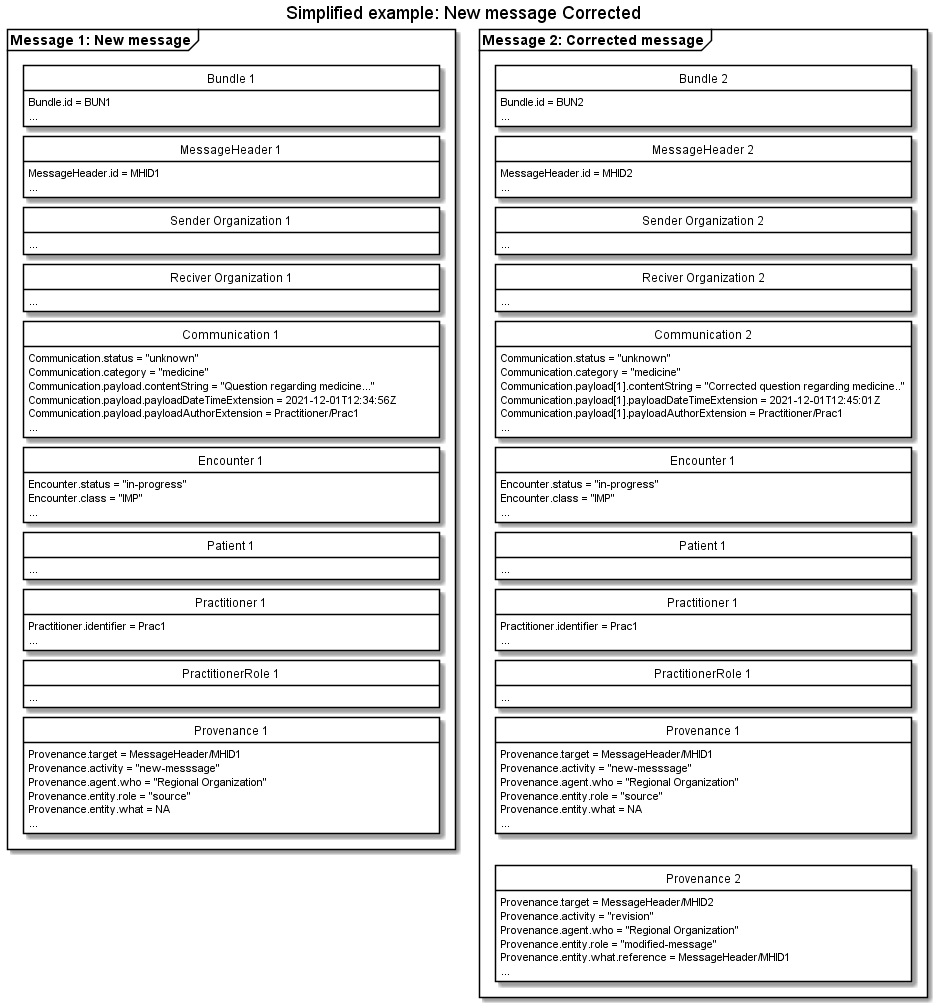
The PlantUML diagram input/images/carecommunication/CCCorrectMessage.png in medcomdk/dk-medcom-carecommunication, before a commit. Source of this version:
```plantuml
@startuml CCCorrectMessage
skinparam class {
    BackgroundColor White
    BorderColor Black
    ArrowColor Black
  }
hide circle
hide empty members
skinparam SameClassWidth true
skinparam Ranksep 10


title Simplified example: New message Corrected

package "Message 1: New message" as new <<Frame>>{
    class "Bundle 1" as newB {
        Bundle.id = BUN1
        ...
    }
    class "MessageHeader 1" as newMH{
        MessageHeader.id = MHID1
        ...
    }
    class "Sender Organization 1" as newSOrg{
        ...
    }
    class "Reciver Organization 1" as newROrg{
        ...
    }
    class "Communication 1" as newCom{
        Communication.status = "unknown"
        Communication.category = "medicine"
        Communication.payload.contentString = "Question regarding medicine..."
        Communication.payload.payloadDateTimeExtension = 2021-12-01T12:34:56Z
        Communication.payload.payloadAuthorExtension = Practitioner/Prac1
        ...
    }
    class "Encounter 1" as newENC{
        Encounter.status = "in-progress"
        Encounter.class = "IMP"
        ...
    }
    class "Patient 1" as newPT{
        ...
    }
    class "Practitioner 1" as newPrac{
        Practitioner.identifier = Prac1
        ...
    }
    class "PractitionerRole 1" as newPracR{
        ...
    }
    class "Provenance 1" as newPRO{
        Provenance.target = MessageHeader/MHID1
        Provenance.activity = "new-messsage"
        Provenance.agent.who = "Regional Organization"
        Provenance.entity.role = "source"
        Provenance.entity.what = NA
        ...
    }

newB -[hidden]- newMH
newMH -[hidden]- newSOrg
newSOrg-[hidden]-newROrg
newROrg-[hidden]-newCom
newCom -[hidden]- newENC
newENC-[hidden]-newPT
newPT-[hidden]-newPrac
newPrac-[hidden]-newPracR
newPracR-[hidden]-newPRO



}

package "Message 2: Corrected message" as error <<Frame>>{
    class "Bundle 2" as errorB {
        Bundle.id = BUN2
        ...
    }
    class "MessageHeader 2" as errorMH{
        MessageHeader.id = MHID2
        ...
    }
    class "Sender Organization 2" as errorSOrg{
        ...
    }
    class "Reciver Organization 2" as errorROrg{
        ...
    }
    class "Communication 2" as newerrorCom{
        Communication.status = "unknown"
        Communication.category = "medicine"
        Communication.payload[1].contentString = "Corrected question regarding medicine.."
        Communication.payload[1].payloadDateTimeExtension = 2021-12-01T12:45:01Z
        Communication.payload[1].payloadAuthorExtension = Practitioner/Prac1
        ...
    }
    class "Encounter 1" as newerrorENC{
        Encounter.status = "in-progress"
        Encounter.class = "IMP"
        ...
    }
    class "Patient 1" as newerrorPT{
        ...
    }
    class "Practitioner 1" as newerrorPrac{
        Practitioner.identifier = Prac1
        ...
    }
    class "PractitionerRole 1" as newerrorPracR{
        ...
    }
    class "Provenance 1" as newerrorPRO{
        Provenance.target = MessageHeader/MHID1
        Provenance.activity = "new-messsage"
        Provenance.agent.who = "Regional Organization"
        Provenance.entity.role = "source"
        Provenance.entity.what = NA
        ...
    }
    class "Provenance 2" as errorPRO{
        Provenance.target = MessageHeader/MHID2
        Provenance.activity = "revision"
        Provenance.agent.who = "Regional Organization"
        Provenance.entity.role = "modified-message"
        Provenance.entity.what.reference = MessageHeader/MHID1
        ...
    }

errorB -[hidden]- errorMH
errorMH -[hidden]- errorSOrg
errorSOrg-[hidden]-errorROrg
errorROrg-[hidden]-newerrorCom
newerrorCom -[hidden]- newerrorENC
newerrorENC-[hidden]-newerrorPT
newerrorPT-[hidden]-newerrorPrac
newerrorPrac-[hidden]-newerrorPracR
newerrorPracR-[hidden]-newerrorPRO
newerrorPRO-[hidden]-errorPRO



}



@enduml
```
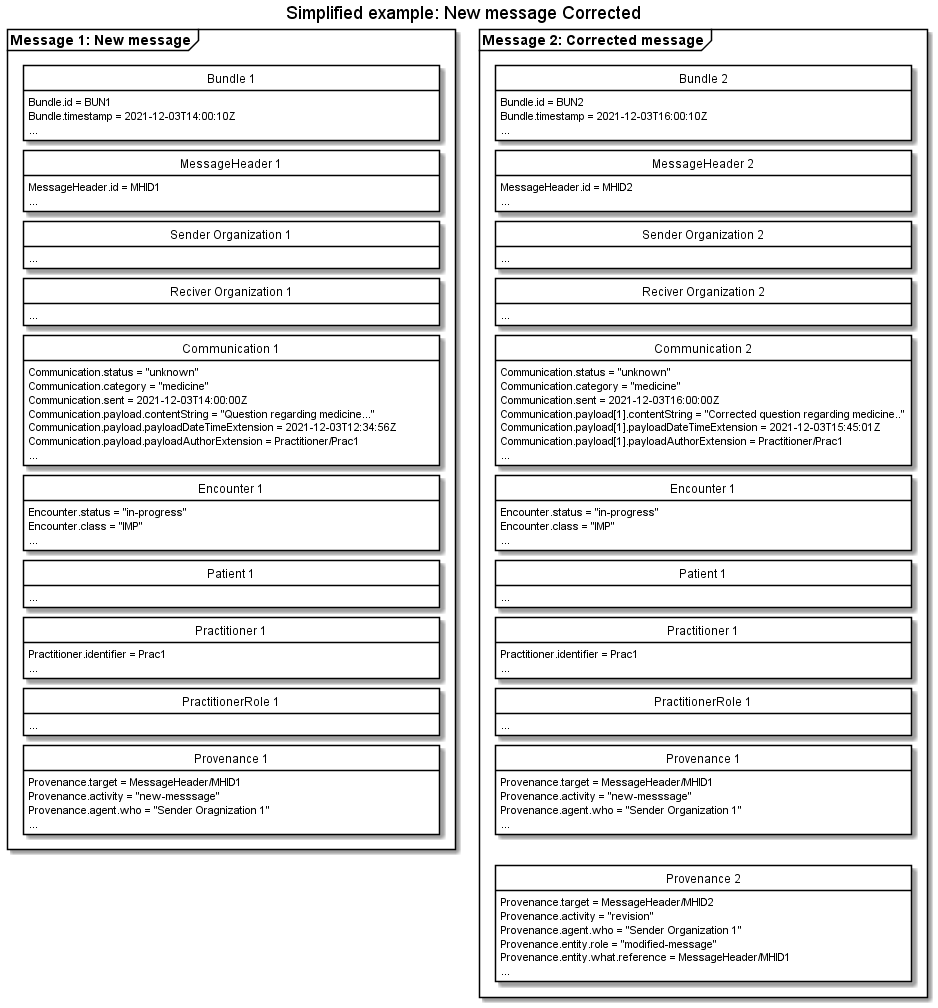
After the change.

Diff of the diagram source:
```diff
@@ -15,6 +15,7 @@
 package "Message 1: New message" as new <<Frame>>{
     class "Bundle 1" as newB {
         Bundle.id = BUN1
+        Bundle.timestamp = 2021-12-03T14:00:10Z
         ...
     }
     class "MessageHeader 1" as newMH{
@@ -30,8 +31,9 @@
     class "Communication 1" as newCom{
         Communication.status = "unknown"
         Communication.category = "medicine"
+        Communication.sent = 2021-12-03T14:00:00Z
         Communication.payload.contentString = "Question regarding medicine..."
-        Communication.payload.payloadDateTimeExtension = 2021-12-01T12:34:56Z
+        Communication.payload.payloadDateTimeExtension = 2021-12-03T12:34:56Z
         Communication.payload.payloadAuthorExtension = Practitioner/Prac1
         ...
     }
@@ -53,9 +55,7 @@
     class "Provenance 1" as newPRO{
         Provenance.target = MessageHeader/MHID1
         Provenance.activity = "new-messsage"
-        Provenance.agent.who = "Regional Organization"
-        Provenance.entity.role = "source"
-        Provenance.entity.what = NA
+        Provenance.agent.who = "Sender Oragnization 1"
         ...
     }
 
@@ -76,6 +76,7 @@
 package "Message 2: Corrected message" as error <<Frame>>{
     class "Bundle 2" as errorB {
         Bundle.id = BUN2
+        Bundle.timestamp = 2021-12-03T16:00:10Z
         ...
     }
     class "MessageHeader 2" as errorMH{
@@ -91,8 +92,9 @@
     class "Communication 2" as newerrorCom{
         Communication.status = "unknown"
         Communication.category = "medicine"
+        Communication.sent = 2021-12-03T16:00:00Z
         Communication.payload[1].contentString = "Corrected question regarding medicine.."
-        Communication.payload[1].payloadDateTimeExtension = 2021-12-01T12:45:01Z
+        Communication.payload[1].payloadDateTimeExtension = 2021-12-03T15:45:01Z
         Communication.payload[1].payloadAuthorExtension = Practitioner/Prac1
         ...
     }
@@ -114,15 +116,13 @@
     class "Provenance 1" as newerrorPRO{
         Provenance.target = MessageHeader/MHID1
         Provenance.activity = "new-messsage"
-        Provenance.agent.who = "Regional Organization"
-        Provenance.entity.role = "source"
-        Provenance.entity.what = NA
+        Provenance.agent.who = "Sender Organization 1"
         ...
     }
     class "Provenance 2" as errorPRO{
         Provenance.target = MessageHeader/MHID2
         Provenance.activity = "revision"
-        Provenance.agent.who = "Regional Organization"
+        Provenance.agent.who = "Sender Organization 1"
         Provenance.entity.role = "modified-message"
         Provenance.entity.what.reference = MessageHeader/MHID1
         ...
```
